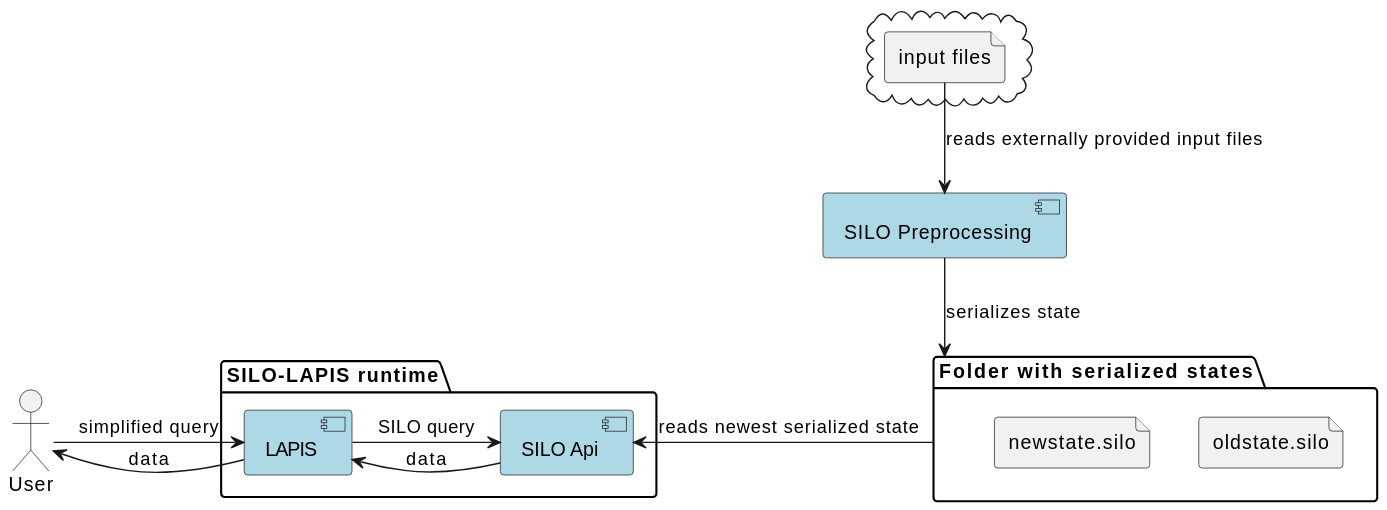
GenSpectrum/LAPIS keeps this PlantUML diagram as lapis-docs/src/plantuml/runtime-view.svg. Above is the earlier version.
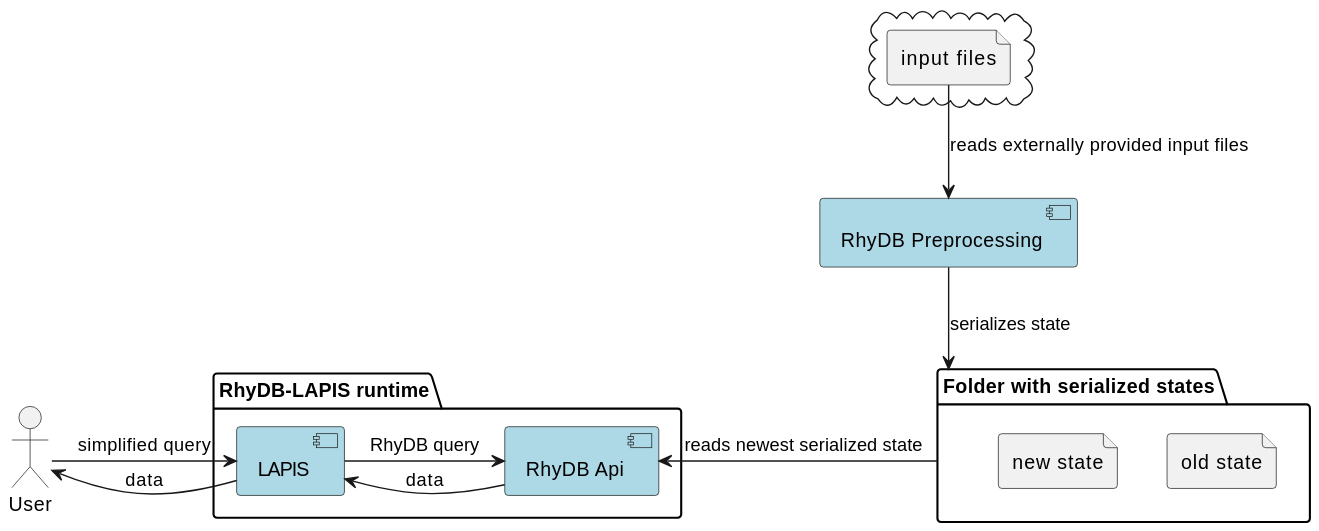
The same file after the commit.

Diff of the diagram source:
```diff
@@ -3,21 +3,21 @@
   file "input files" as input
 }
 folder "Folder with serialized states" as files {
-  file "oldstate.silo"
-  file "newstate.silo"
+  file "old state"
+  file "new state"
 }
-component "SILO Preprocessing" as siloPreprocessing #lightblue
-package "SILO-LAPIS runtime" {
-  component "SILO Api" as siloApi #lightblue
+component "RhyDB Preprocessing" as rhyDbPreprocessing #lightblue
+package "RhyDB-LAPIS runtime" {
+  component "RhyDB Api" as rhyDbApi #lightblue
   component LAPIS #lightblue
 }
 actor User
 
 User -> LAPIS : simplified query
 User <- LAPIS : data
-LAPIS -> siloApi : SILO query
-LAPIS <- siloApi : data
-siloApi <- files : reads newest serialized state
-siloPreprocessing --> files : serializes state
-input --> siloPreprocessing : reads externally provided input files
+LAPIS -> rhyDbApi : RhyDB query
+LAPIS <- rhyDbApi : data
+rhyDbApi <- files : reads newest serialized state
+rhyDbPreprocessing --> files : serializes state
+input --> rhyDbPreprocessing : reads externally provided input files
 @enduml
```
